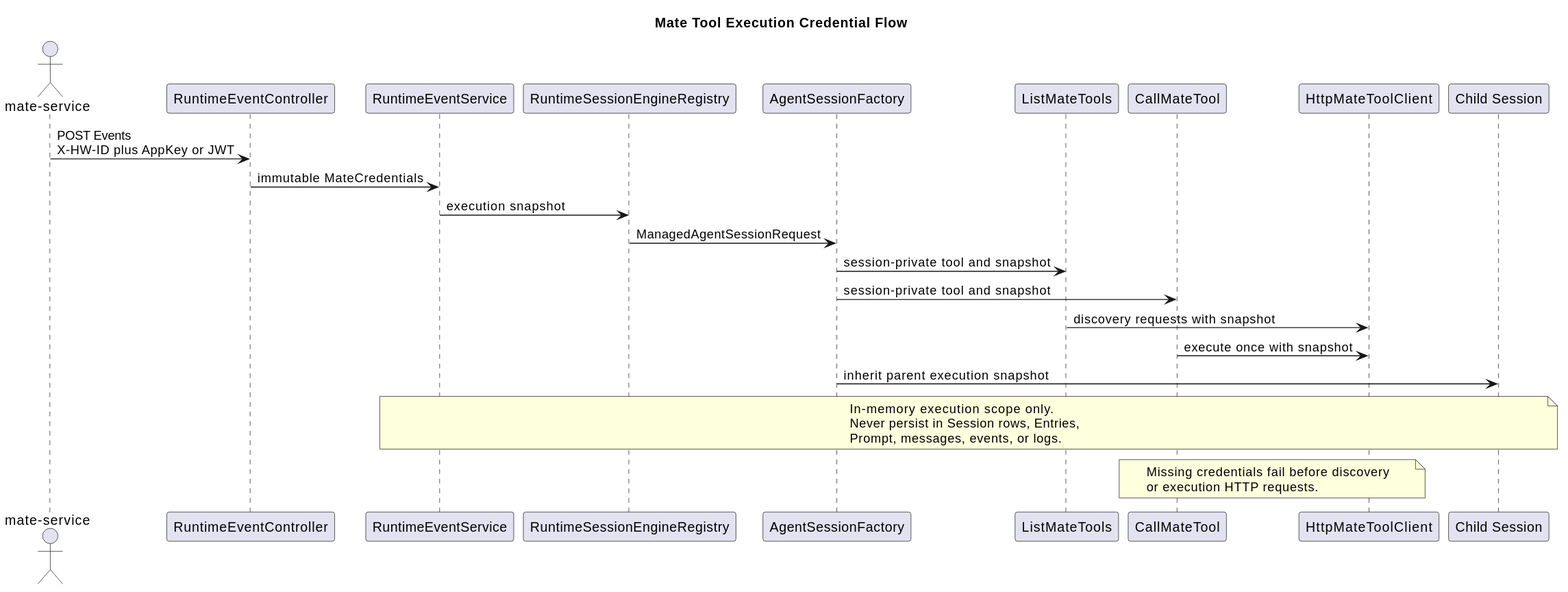
The PlantUML diagram docs/designs/tool-system-v2/mate_credential_flow.svg in 2862282695gjh-afk/pi-mono-java, before a commit.
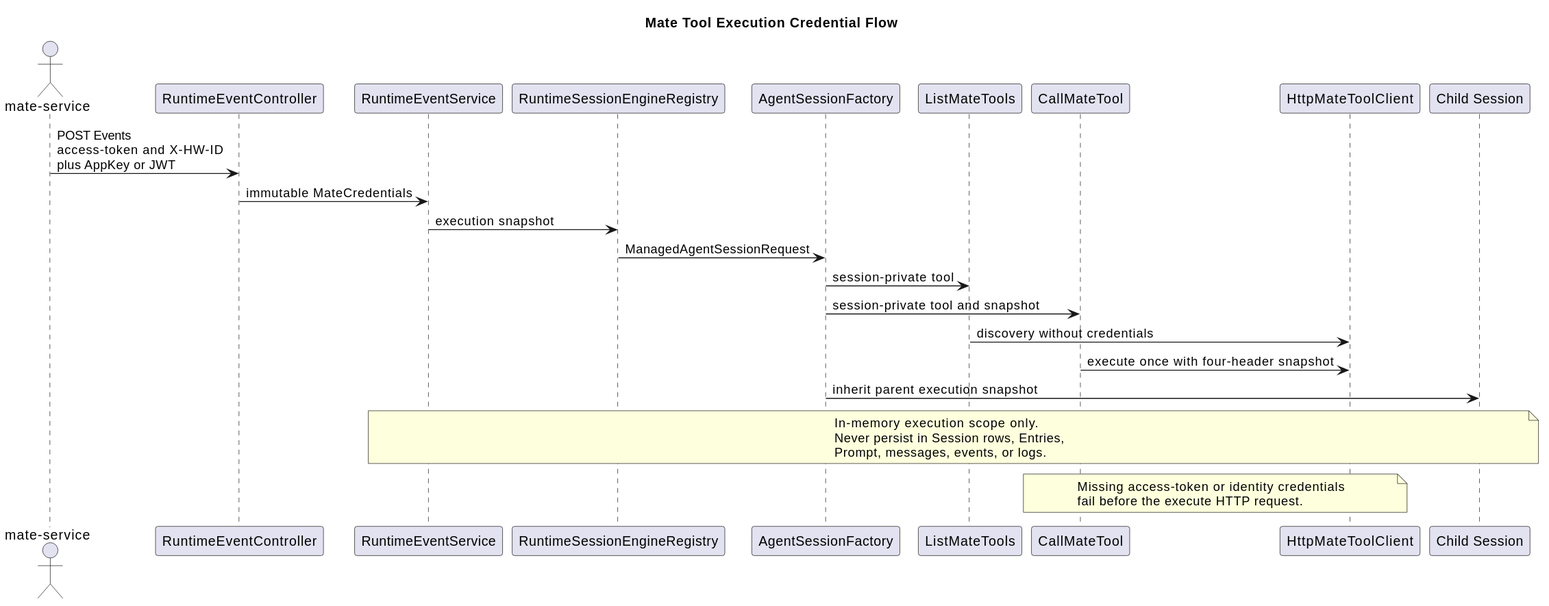
After the change.

The edit, as a diff of the source:
```diff
@@ -12,14 +12,14 @@
 participant "HttpMateToolClient" as Client
 participant "Child Session" as Child
 
-Caller -> Controller : POST Events\nX-HW-ID plus AppKey or JWT
+Caller -> Controller : POST Events\naccess-token and X-HW-ID\nplus AppKey or JWT
 Controller -> Service : immutable MateCredentials
 Service -> Registry : execution snapshot
 Registry -> Factory : ManagedAgentSessionRequest
-Factory -> List : session-private tool and snapshot
+Factory -> List : session-private tool
 Factory -> Call : session-private tool and snapshot
-List -> Client : discovery requests with snapshot
-Call -> Client : execute once with snapshot
+List -> Client : discovery without credentials
+Call -> Client : execute once with four-header snapshot
 Factory -> Child : inherit parent execution snapshot
 note over Service,Child
   In-memory execution scope only.
@@ -27,7 +27,7 @@
   Prompt, messages, events, or logs.
 end note
 note over Call,Client
-  Missing credentials fail before discovery
-  or execution HTTP requests.
+  Missing access-token or identity credentials
+  fail before the execute HTTP request.
 end note
 @enduml
```
